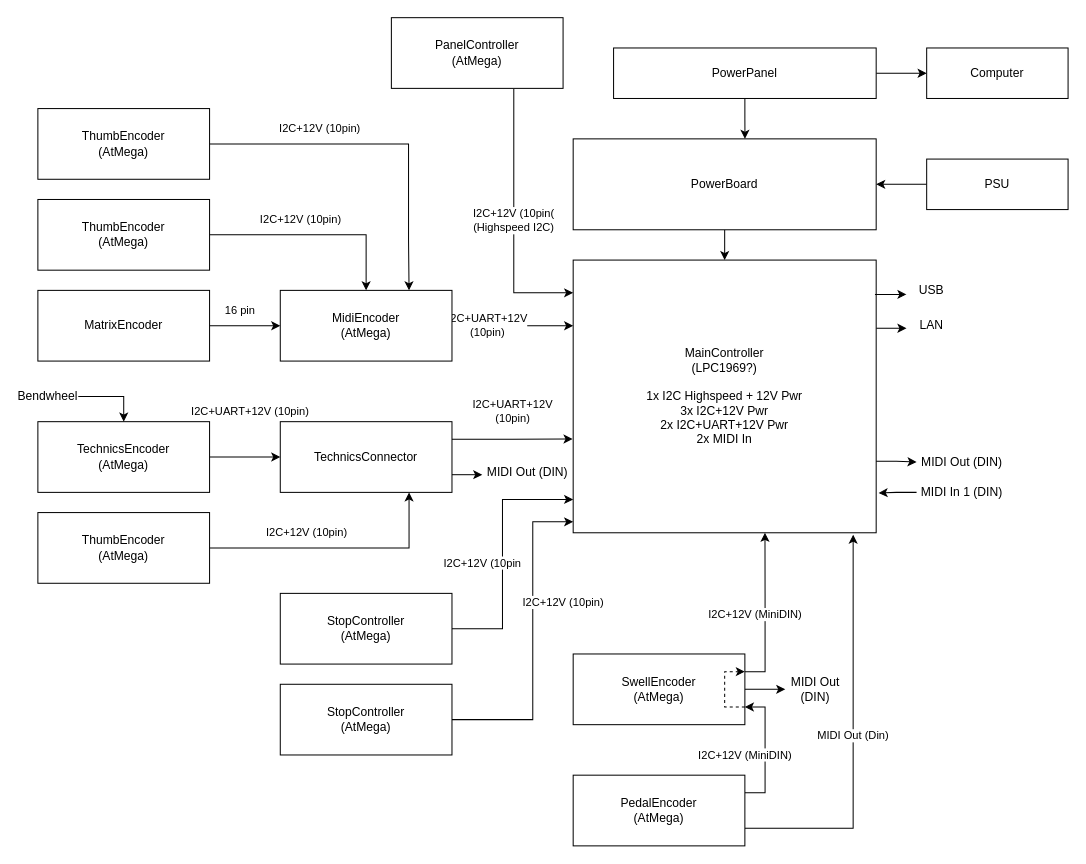
Before: page "Boards" (1 of 2) of boards/Boards.drawio in stefanhepp/eOrgan, a draw.io diagram. Source tidied: cells renumbered, new cells numbered last; positions are measured from the earlier drawing's top-left corner, leaving out a move shared by most shapes. Both pictures are drawn from the tidied source at 101%, with x=0, y=0 at pixel (17, 17).
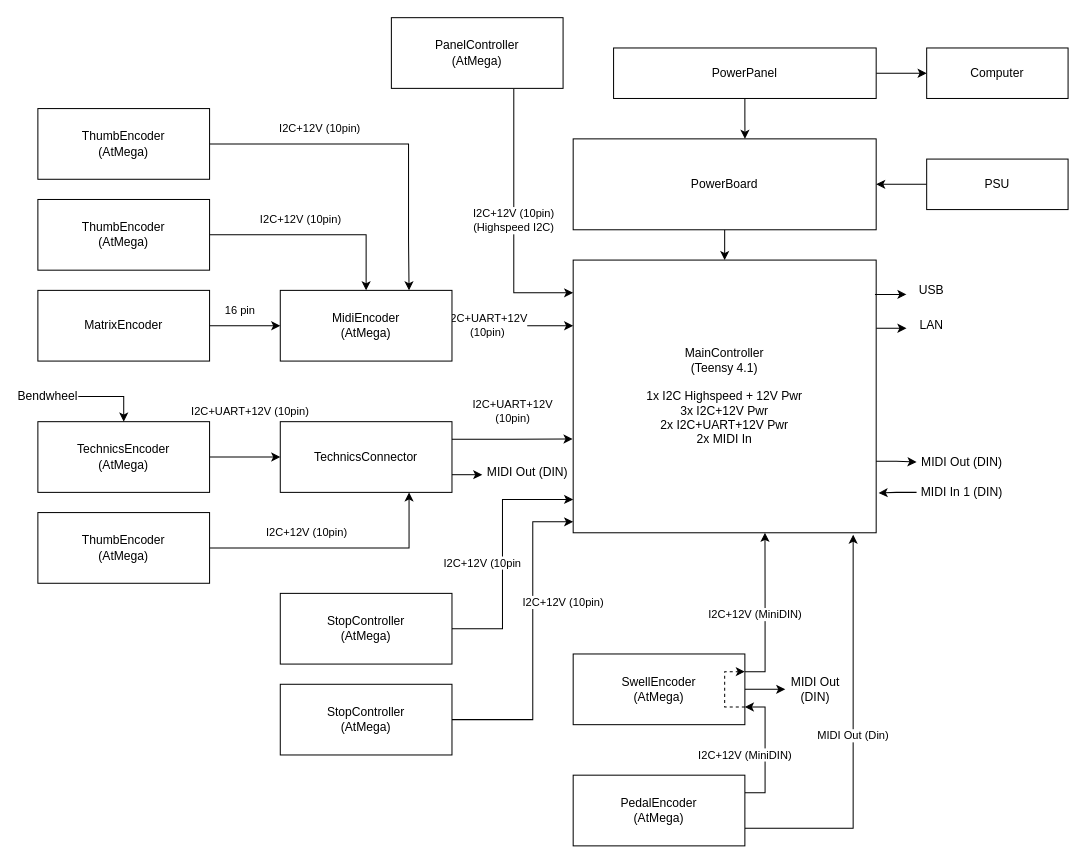
The same diagram, later.

The change refers to these unchanged cells:
```xml
<mxCell id="33" value="PanelController&lt;br&gt;(AtMega)" style="rounded=0;whiteSpace=wrap;html=1;" parent="1" vertex="1">
  <mxGeometry x="370" width="170" height="70" as="geometry" />
</mxCell>
```

What changed in the source:
```diff
@@
-    <mxCell id="4" value="MainController&lt;br&gt;(LPC1969?)&lt;br&gt;&lt;br&gt;1x I2C Highspeed + 12V Pwr&lt;br&gt;3x I2C+12V Pwr&lt;br&gt;2x I2C+UART+12V Pwr&lt;br&gt;2x MIDI In" style="rounded=0;whiteSpace=wrap;html=1;" parent="1" vertex="1">
+    <mxCell id="4" value="MainController&lt;br&gt;(Teensy 4.1)&lt;br&gt;&lt;br&gt;1x I2C Highspeed + 12V Pwr&lt;br&gt;3x I2C+12V Pwr&lt;br&gt;2x I2C+UART+12V Pwr&lt;br&gt;2x MIDI In" style="rounded=0;whiteSpace=wrap;html=1;" parent="1" vertex="1">
       <mxGeometry x="550" y="240" width="300" height="270" as="geometry" />
     </mxCell>
@@
-    <mxCell id="32" value="I2C+12V (10pin(&lt;br&gt;(Highspeed I2C)" style="edgeStyle=orthogonalEdgeStyle;rounded=0;jettySize=auto;html=1;entryX=0;entryY=0.12;entryDx=0;entryDy=0;entryPerimeter=0;exitX=0.713;exitY=1.01;exitDx=0;exitDy=0;exitPerimeter=0;" parent="1" edge="1" source="33" target="4">
+    <mxCell id="32" value="I2C+12V (10pin)&lt;br&gt;(Highspeed I2C)" style="edgeStyle=orthogonalEdgeStyle;rounded=0;jettySize=auto;html=1;entryX=0;entryY=0.12;entryDx=0;entryDy=0;entryPerimeter=0;exitX=0.713;exitY=1.01;exitDx=0;exitDy=0;exitPerimeter=0;" parent="1" edge="1" source="33" target="4">
       <mxGeometry relative="1" as="geometry" />
     </mxCell>
```
